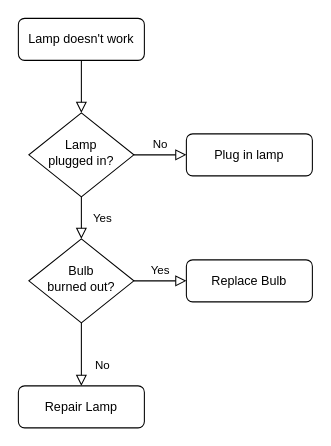
This is Abogabot.drawio from VictorRuelas/Req_Abogabot, a draw.io file, before an edit. Source tidied: cells renumbered, new cells numbered last; positions are measured from the earlier drawing's top-left corner, leaving out a move shared by most shapes. Both pictures are drawn from the tidied source at 105%, with x=0, y=0 at pixel (18, 18).
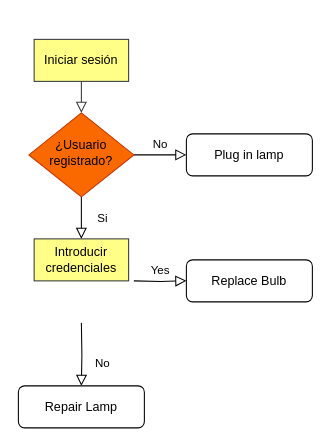
The same page after the edit.

Diff of the diagram source:
```diff
@@
 <mxGraphModel>
   <root>
     <mxCell id="0" />
     <mxCell id="1" parent="0" />
-    <mxCell id="2" style="rounded=0;html=1;jettySize=auto;fontSize=11;endArrow=block;endFill=0;endSize=8;strokeWidth=1;shadow=0;labelBackgroundColor=none;edgeStyle=orthogonalEdgeStyle;" parent="1" edge="1" source="3" target="6">
+    <mxCell id="2" style="rounded=0;html=1;jettySize=auto;fontSize=11;endArrow=block;endFill=0;endSize=8;strokeWidth=1;shadow=0;labelBackgroundColor=none;edgeStyle=orthogonalEdgeStyle;fillColor=#ffff88;strokeColor=#36393d;exitX=0.5;exitY=1;exitDx=0;exitDy=0;" parent="1" edge="1" source="13" target="6">
       <mxGeometry relative="1" as="geometry" />
     </mxCell>
-    <mxCell id="3" value="Lamp doesn't work" style="rounded=1;whiteSpace=wrap;html=1;fontSize=12;glass=0;strokeWidth=1;shadow=0;" parent="1" vertex="1">
-      <mxGeometry width="120" height="40" as="geometry" />
-    </mxCell>
-    <mxCell id="4" value="Yes" style="rounded=0;html=1;jettySize=auto;fontSize=11;endArrow=block;endFill=0;endSize=8;strokeWidth=1;shadow=0;labelBackgroundColor=none;edgeStyle=orthogonalEdgeStyle;" parent="1" edge="1" source="6" target="10">
+    <mxCell id="4" value="Si" style="rounded=0;html=1;jettySize=auto;fontSize=11;endArrow=block;endFill=0;endSize=8;strokeWidth=1;shadow=0;labelBackgroundColor=none;edgeStyle=orthogonalEdgeStyle;entryX=0.5;entryY=0;entryDx=0;entryDy=0;" parent="1" edge="1" source="6" target="14">
       <mxGeometry y="20" relative="1" as="geometry" />
     </mxCell>
     <mxCell id="5" value="No" style="edgeStyle=orthogonalEdgeStyle;rounded=0;html=1;jettySize=auto;fontSize=11;endArrow=block;endFill=0;endSize=8;strokeWidth=1;shadow=0;labelBackgroundColor=none;" parent="1" edge="1" source="6" target="7">
       <mxGeometry y="10" relative="1" as="geometry" />
     </mxCell>
-    <mxCell id="6" value="Lamp&lt;br&gt;plugged in?" style="rhombus;whiteSpace=wrap;html=1;shadow=0;fontFamily=Helvetica;fontSize=12;align=center;strokeWidth=1;spacing=6;spacingTop=-4;" parent="1" vertex="1">
+    <mxCell id="6" value="¿Usuario registrado?" style="rhombus;whiteSpace=wrap;html=1;shadow=0;fontFamily=Helvetica;fontSize=12;align=center;strokeWidth=1;spacing=6;spacingTop=-4;fillColor=#fa6800;fontColor=#000000;strokeColor=#C73500;" parent="1" vertex="1">
       <mxGeometry x="10" y="90" width="100" height="80" as="geometry" />
     </mxCell>
     <mxCell id="7" value="Plug in lamp" style="rounded=1;whiteSpace=wrap;html=1;fontSize=12;glass=0;strokeWidth=1;shadow=0;" parent="1" vertex="1">
       <mxGeometry x="160" y="110" width="120" height="40" as="geometry" />
     </mxCell>
-    <mxCell id="8" value="No" style="rounded=0;html=1;jettySize=auto;fontSize=11;endArrow=block;endFill=0;endSize=8;strokeWidth=1;shadow=0;labelBackgroundColor=none;edgeStyle=orthogonalEdgeStyle;" parent="1" edge="1" source="10" target="11">
-      <mxGeometry x="0.33" y="20" relative="1" as="geometry" />
+    <mxCell id="8" value="No" style="rounded=0;html=1;jettySize=auto;fontSize=11;endArrow=block;endFill=0;endSize=8;strokeWidth=1;shadow=0;labelBackgroundColor=none;edgeStyle=orthogonalEdgeStyle;" parent="1" edge="1" target="11">
+      <mxGeometry x="0.33" y="20" relative="1" as="geometry">
+        <mxPoint x="60" y="290" as="sourcePoint" />
+      </mxGeometry>
     </mxCell>
-    <mxCell id="9" value="Yes" style="edgeStyle=orthogonalEdgeStyle;rounded=0;html=1;jettySize=auto;fontSize=11;endArrow=block;endFill=0;endSize=8;strokeWidth=1;shadow=0;labelBackgroundColor=none;" parent="1" edge="1" source="10" target="12">
-      <mxGeometry y="10" relative="1" as="geometry" />
+    <mxCell id="9" value="Yes" style="edgeStyle=orthogonalEdgeStyle;rounded=0;html=1;jettySize=auto;fontSize=11;endArrow=block;endFill=0;endSize=8;strokeWidth=1;shadow=0;labelBackgroundColor=none;" parent="1" edge="1" target="12">
+      <mxGeometry y="10" relative="1" as="geometry">
+        <mxPoint x="110" y="250" as="sourcePoint" />
+      </mxGeometry>
     </mxCell>
-    <mxCell id="10" value="Bulb&lt;br&gt;burned out?" style="rhombus;whiteSpace=wrap;html=1;shadow=0;fontFamily=Helvetica;fontSize=12;align=center;strokeWidth=1;spacing=6;spacingTop=-4;" parent="1" vertex="1">
-      <mxGeometry x="10" y="210" width="100" height="80" as="geometry" />
-    </mxCell>
     <mxCell id="11" value="Repair Lamp" style="rounded=1;whiteSpace=wrap;html=1;fontSize=12;glass=0;strokeWidth=1;shadow=0;" parent="1" vertex="1">
       <mxGeometry y="350" width="120" height="40" as="geometry" />
     </mxCell>
     <mxCell id="12" value="Replace Bulb" style="rounded=1;whiteSpace=wrap;html=1;fontSize=12;glass=0;strokeWidth=1;shadow=0;" parent="1" vertex="1">
       <mxGeometry x="160" y="230" width="120" height="40" as="geometry" />
     </mxCell>
+    <mxCell id="13" value="Iniciar sesión" style="rounded=0;whiteSpace=wrap;html=1;fillColor=#ffff88;strokeColor=#36393d;" parent="1" vertex="1">
+      <mxGeometry x="15" y="20" width="90" height="40" as="geometry" />
+    </mxCell>
+    <mxCell id="14" value="Introducir credenciales" style="rounded=0;whiteSpace=wrap;html=1;fillColor=#ffff88;strokeColor=#36393d;" parent="1" vertex="1">
+      <mxGeometry x="15" y="210" width="90" height="40" as="geometry" />
+    </mxCell>
   </root>
 </mxGraphModel>
```
